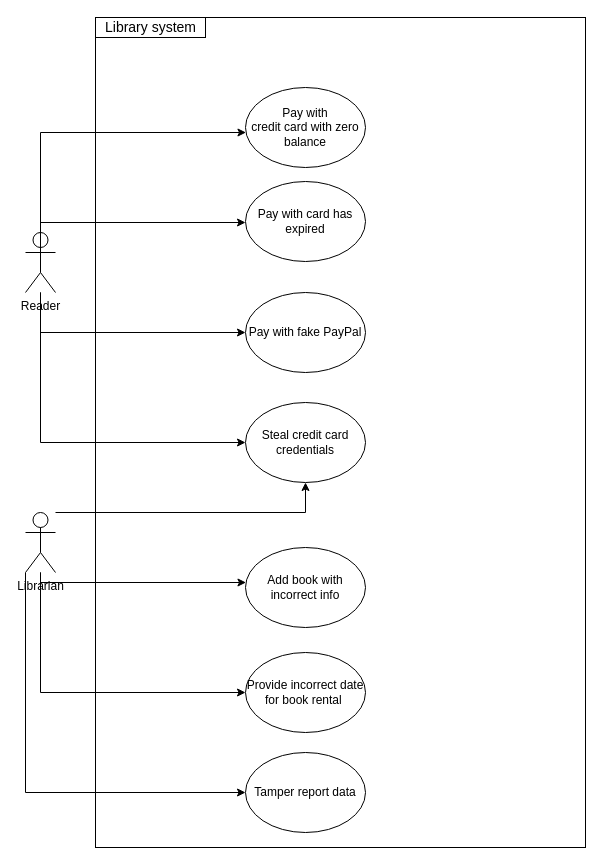
This is page "lab-01-abuse-case" (2 of 3) of lab-01/hss-lab-01.drawio from ivanchuchulski/highly-secure-software, a draw.io file, before an edit. Source tidied: cells renumbered, new cells numbered last; positions are measured from the earlier drawing's top-left corner, leaving out a move shared by most shapes. Both pictures are drawn from the tidied source at 100%, with x=0, y=0 at pixel (25, 17).
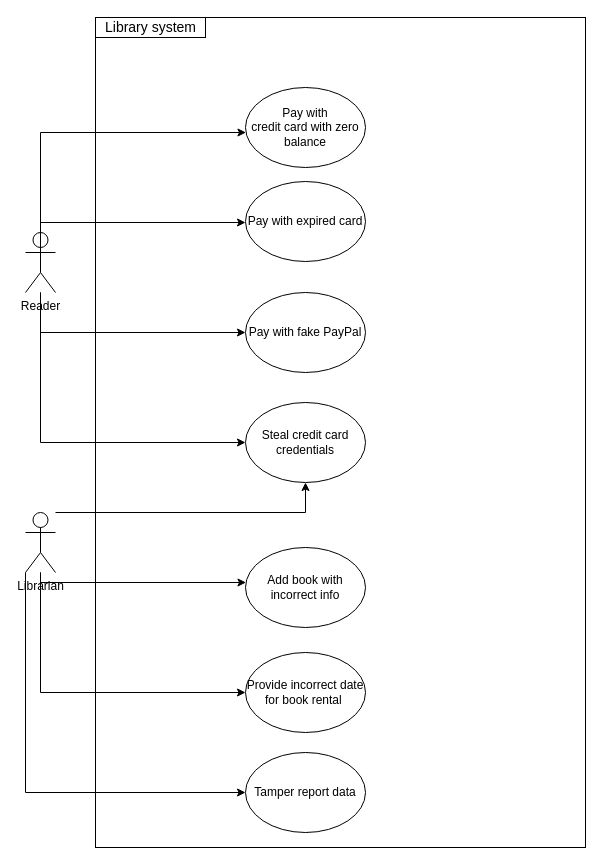
After the change.

Change to the diagram source:
```diff
@@
-    <mxCell id="14" value="Pay with card has expired" style="ellipse;whiteSpace=wrap;html=1;strokeColor=default;" parent="1" vertex="1">
+    <mxCell id="14" value="Pay with expired card" style="ellipse;whiteSpace=wrap;html=1;strokeColor=default;" parent="1" vertex="1">
       <mxGeometry x="220" y="164" width="120" height="80" as="geometry" />
     </mxCell>
```
